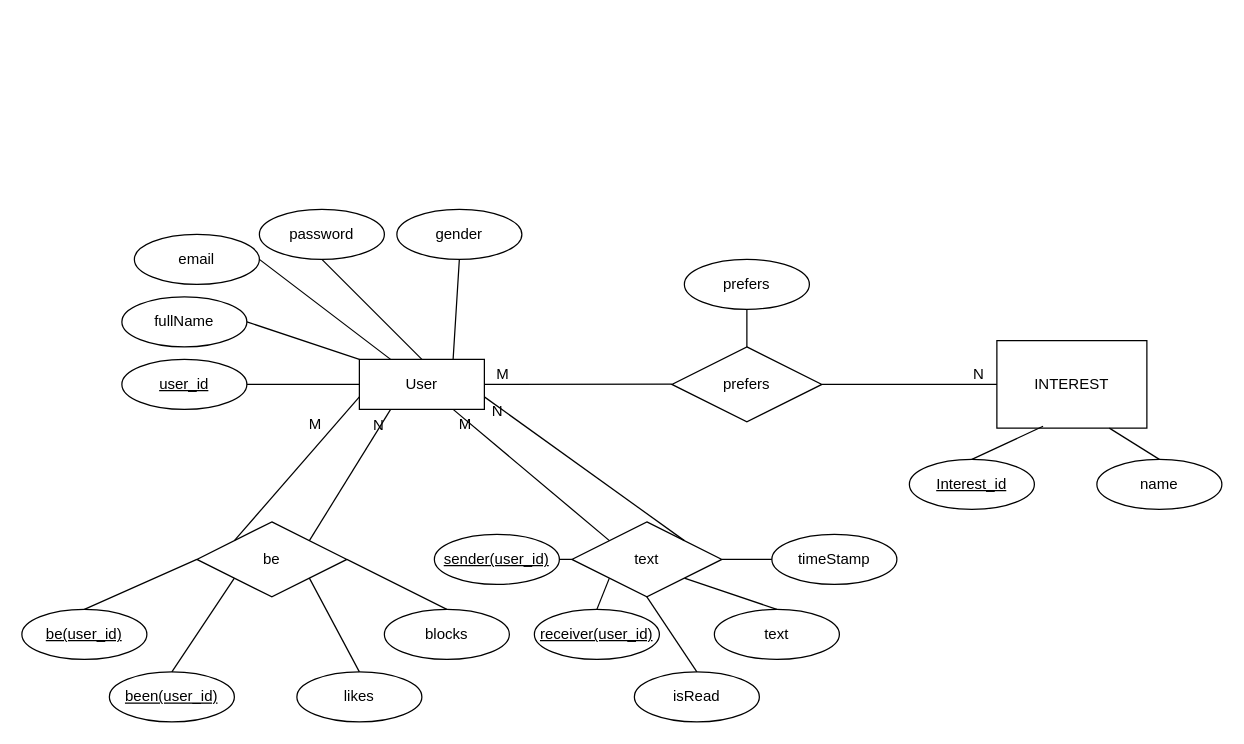
orpheousff8/orpheousff8.github.io keeps this draw.io diagram as page "ER1" (1 of 2) of final project/ER_Diagram.drawio. Above is the earlier version. Source tidied: cells renumbered, new cells numbered last; positions are measured from the earlier drawing's top-left corner, leaving out a move shared by most shapes. Both pictures are drawn from the tidied source at 125%, with x=0, y=0 at pixel (21, 209).
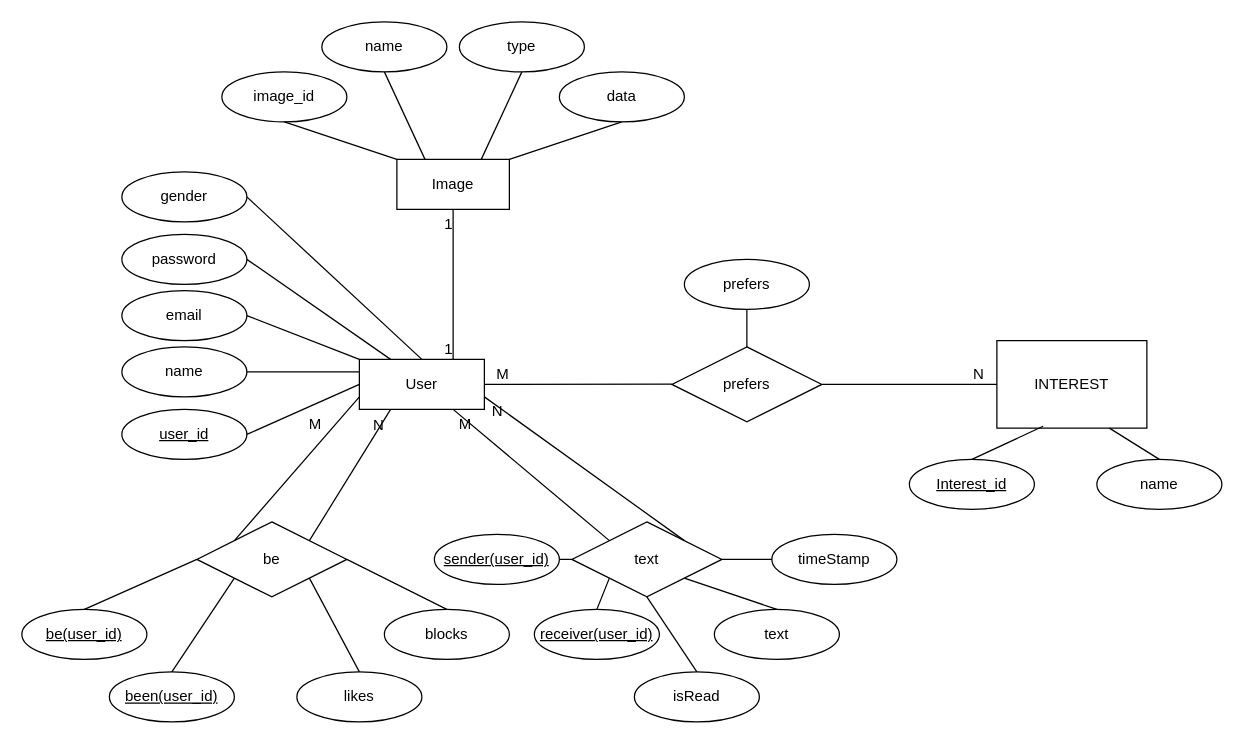
After the change.

Unchanged cells that the change refers to:
```xml
<mxCell id="2" value="User" style="whiteSpace=wrap;html=1;align=center;" parent="1" vertex="1">
  <mxGeometry x="270" y="120" width="100" height="40" as="geometry" />
</mxCell>
```

The edit, as a diff of the source:
```diff
@@
-    <mxCell id="4" value="fullName" style="ellipse;whiteSpace=wrap;html=1;align=center;" parent="1" vertex="1">
-      <mxGeometry x="80" y="70" width="100" height="40" as="geometry" />
+    <mxCell id="4" value="name" style="ellipse;whiteSpace=wrap;html=1;align=center;" parent="1" vertex="1">
+      <mxGeometry x="80" y="110" width="100" height="40" as="geometry" />
     </mxCell>
     <mxCell id="5" value="user_id" style="ellipse;whiteSpace=wrap;html=1;align=center;fontStyle=4;" parent="1" vertex="1">
-      <mxGeometry x="80" y="120" width="100" height="40" as="geometry" />
+      <mxGeometry x="80" y="160" width="100" height="40" as="geometry" />
     </mxCell>
     <mxCell id="6" value="email" style="ellipse;whiteSpace=wrap;html=1;align=center;" parent="1" vertex="1">
-      <mxGeometry x="90" y="20" width="100" height="40" as="geometry" />
+      <mxGeometry x="80" y="65" width="100" height="40" as="geometry" />
     </mxCell>
     <mxCell id="7" value="password" style="ellipse;whiteSpace=wrap;html=1;align=center;" parent="1" vertex="1">
-      <mxGeometry x="190" width="100" height="40" as="geometry" />
+      <mxGeometry x="80" y="20" width="100" height="40" as="geometry" />
     </mxCell>
@@
-    <mxCell id="15" style="endArrow=none;html=1;rounded=0;strokeColor=#000000;entryX=0.75;entryY=0;entryDx=0;entryDy=0;exitX=0.5;exitY=1;exitDx=0;exitDy=0;" parent="1" edge="1" source="23" target="2">
+    <mxCell id="15" style="endArrow=none;html=1;rounded=0;strokeColor=#000000;entryX=0.5;entryY=0;entryDx=0;entryDy=0;exitX=1;exitY=0.5;exitDx=0;exitDy=0;" parent="1" edge="1" source="23" target="2">
       <mxGeometry relative="1" as="geometry" />
     </mxCell>
@@
-    <mxCell id="17" style="endArrow=none;html=1;rounded=0;strokeColor=#000000;exitX=1;exitY=0.5;exitDx=0;exitDy=0;entryX=0;entryY=0;entryDx=0;entryDy=0;" parent="1" edge="1" source="4" target="2">
+    <mxCell id="17" style="endArrow=none;html=1;rounded=0;strokeColor=#000000;exitX=1;exitY=0.5;exitDx=0;exitDy=0;entryX=0;entryY=0.25;entryDx=0;entryDy=0;" parent="1" edge="1" source="4" target="2">
       <mxGeometry relative="1" as="geometry" />
     </mxCell>
-    <mxCell id="18" style="endArrow=none;html=1;rounded=0;strokeColor=#000000;exitX=1;exitY=0.5;exitDx=0;exitDy=0;entryX=0.25;entryY=0;entryDx=0;entryDy=0;" parent="1" edge="1" source="6" target="2">
+    <mxCell id="18" style="endArrow=none;html=1;rounded=0;strokeColor=#000000;exitX=1;exitY=0.5;exitDx=0;exitDy=0;entryX=0;entryY=0;entryDx=0;entryDy=0;" parent="1" edge="1" source="6" target="2">
       <mxGeometry relative="1" as="geometry" />
     </mxCell>
-    <mxCell id="19" style="endArrow=none;html=1;rounded=0;strokeColor=#000000;entryX=0.5;entryY=1;entryDx=0;entryDy=0;exitX=0.5;exitY=0;exitDx=0;exitDy=0;" parent="1" edge="1" source="2" target="7">
+    <mxCell id="19" style="endArrow=none;html=1;rounded=0;strokeColor=#000000;entryX=1;entryY=0.5;entryDx=0;entryDy=0;exitX=0.25;exitY=0;exitDx=0;exitDy=0;" parent="1" edge="1" source="2" target="7">
       <mxGeometry relative="1" as="geometry" />
     </mxCell>
@@
     <mxCell id="23" value="gender" style="ellipse;whiteSpace=wrap;html=1;align=center;" parent="1" vertex="1">
-      <mxGeometry x="300" width="100" height="40" as="geometry" />
+      <mxGeometry x="80" y="-30" width="100" height="40" as="geometry" />
     </mxCell>
@@
+    <mxCell id="53" value="Image" style="whiteSpace=wrap;html=1;align=center;" parent="1" vertex="1">
+      <mxGeometry x="300" y="-40" width="90" height="40" as="geometry" />
+    </mxCell>
+    <mxCell id="54" value="image_id" style="ellipse;whiteSpace=wrap;html=1;align=center;" parent="1" vertex="1">
+      <mxGeometry x="160" y="-110" width="100" height="40" as="geometry" />
+    </mxCell>
+    <mxCell id="55" value="name" style="ellipse;whiteSpace=wrap;html=1;align=center;" parent="1" vertex="1">
+      <mxGeometry x="240" y="-150" width="100" height="40" as="geometry" />
+    </mxCell>
+    <mxCell id="56" value="type" style="ellipse;whiteSpace=wrap;html=1;align=center;" parent="1" vertex="1">
+      <mxGeometry x="350" y="-150" width="100" height="40" as="geometry" />
+    </mxCell>
+    <mxCell id="57" value="data" style="ellipse;whiteSpace=wrap;html=1;align=center;" parent="1" vertex="1">
+      <mxGeometry x="430" y="-110" width="100" height="40" as="geometry" />
+    </mxCell>
+    <mxCell id="58" style="endArrow=none;html=1;rounded=0;exitX=0.5;exitY=1;exitDx=0;exitDy=0;entryX=0;entryY=0;entryDx=0;entryDy=0;" parent="1" edge="1" source="54" target="53">
+      <mxGeometry relative="1" as="geometry" />
+    </mxCell>
+    <mxCell id="59" style="endArrow=none;html=1;rounded=0;exitX=0.5;exitY=1;exitDx=0;exitDy=0;entryX=0.25;entryY=0;entryDx=0;entryDy=0;" parent="1" edge="1" source="55" target="53">
+      <mxGeometry relative="1" as="geometry" />
+    </mxCell>
+    <mxCell id="60" style="endArrow=none;html=1;rounded=0;exitX=0.5;exitY=1;exitDx=0;exitDy=0;entryX=0.75;entryY=0;entryDx=0;entryDy=0;" parent="1" edge="1" source="56" target="53">
+      <mxGeometry relative="1" as="geometry" />
+    </mxCell>
+    <mxCell id="61" style="endArrow=none;html=1;rounded=0;entryX=0.5;entryY=1;entryDx=0;entryDy=0;exitX=1;exitY=0;exitDx=0;exitDy=0;" parent="1" edge="1" source="53" target="57">
+      <mxGeometry relative="1" as="geometry" />
+    </mxCell>
+    <mxCell id="62" style="endArrow=none;html=1;rounded=0;exitX=0.5;exitY=1;exitDx=0;exitDy=0;entryX=0.75;entryY=0;entryDx=0;entryDy=0;" parent="1" edge="1" source="53" target="2">
+      <mxGeometry relative="1" as="geometry" />
+    </mxCell>
+    <mxCell id="63" value="1" style="html=1;align=right;verticalAlign=bottom;" parent="62" vertex="1">
+      <mxGeometry x="1" relative="1" as="geometry">
+        <mxPoint y="-100" as="offset" />
+      </mxGeometry>
+    </mxCell>
+    <mxCell id="64" value="1" style="html=1;align=right;verticalAlign=bottom;" parent="1" vertex="1">
+      <mxGeometry x="345" y="120" as="geometry" />
+    </mxCell>
```
